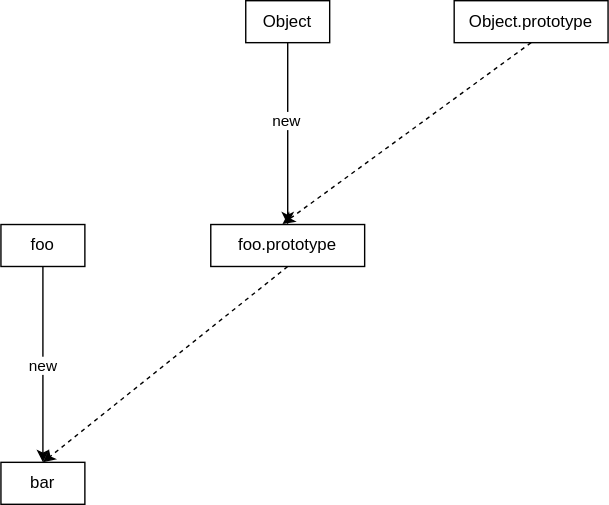
Before: 06/yongki/assets/prototype.drawio.svg, a diagram exported from draw.io (cs-study-org/cs-study). Source tidied: cells renumbered, new cells last; positions are measured from the earlier drawing's top-left corner, leaving out a move shared by most shapes.
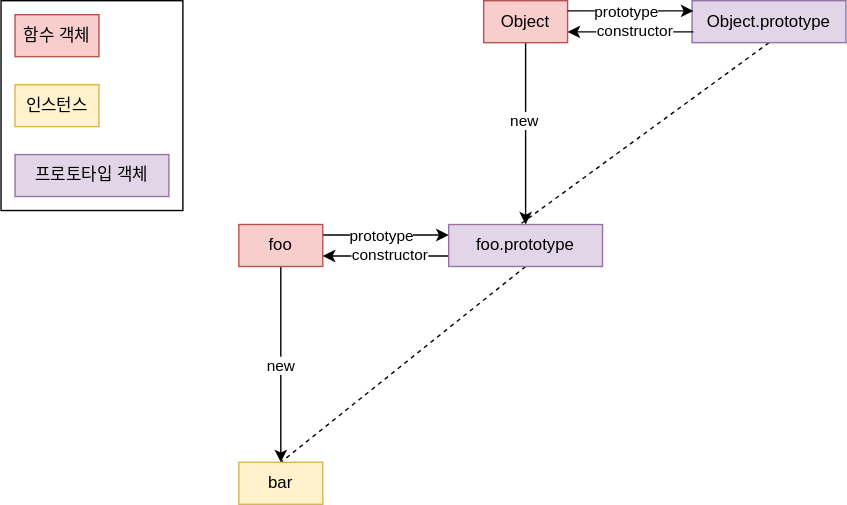
The same diagram one commit later.

Commit message:
:adhesive_bandage: Fix prototype content

Change to the diagram source:
```diff
@@ -2,6 +2,9 @@
   <root>
     <mxCell id="0" />
     <mxCell id="1" parent="0" />
+    <mxCell id="13" style="rounded=0;whiteSpace=wrap;html=1;" parent="1" vertex="1">
+      <mxGeometry x="-170" width="130" height="150" as="geometry" />
+    </mxCell>
     <mxCell id="2" style="edgeStyle=none;html=1;exitX=0.5;exitY=1;exitDx=0;exitDy=0;" parent="1" edge="1" source="4" target="12">
       <mxGeometry relative="1" as="geometry" />
     </mxCell>
@@ -10,13 +13,25 @@
         <mxPoint x="1" y="19" as="offset" />
       </mxGeometry>
     </mxCell>
+    <mxCell id="14" style="edgeStyle=none;html=1;exitX=1;exitY=0.25;exitDx=0;exitDy=0;entryX=0;entryY=0.25;entryDx=0;entryDy=0;endArrow=classic;endFill=1;" parent="1" edge="1" source="4" target="6">
+      <mxGeometry relative="1" as="geometry" />
+    </mxCell>
+    <mxCell id="15" value="prototype" style="edgeLabel;html=1;align=center;verticalAlign=middle;" parent="14" vertex="1">
+      <mxGeometry x="-0.07" relative="1" as="geometry" />
+    </mxCell>
-    <mxCell id="4" value="foo" style="rounded=0;whiteSpace=wrap;html=1;" parent="1" vertex="1">
+    <mxCell id="4" value="foo" style="rounded=0;whiteSpace=wrap;html=1;fillColor=#f8cecc;strokeColor=#b85450;" parent="1" vertex="1">
       <mxGeometry y="160" width="60" height="30" as="geometry" />
     </mxCell>
-    <mxCell id="5" style="edgeStyle=none;html=1;exitX=0.5;exitY=1;exitDx=0;exitDy=0;entryX=0.5;entryY=0;entryDx=0;entryDy=0;dashed=1;" parent="1" edge="1" source="6" target="12">
+    <mxCell id="5" style="edgeStyle=none;html=1;exitX=0.5;exitY=1;exitDx=0;exitDy=0;entryX=0.5;entryY=0;entryDx=0;entryDy=0;dashed=1;endArrow=none;endFill=0;" parent="1" edge="1" source="6" target="12">
       <mxGeometry relative="1" as="geometry" />
     </mxCell>
+    <mxCell id="16" style="edgeStyle=none;html=1;exitX=0;exitY=0.75;exitDx=0;exitDy=0;entryX=1;entryY=0.75;entryDx=0;entryDy=0;endArrow=classic;endFill=1;" parent="1" edge="1" source="6" target="4">
+      <mxGeometry relative="1" as="geometry" />
+    </mxCell>
+    <mxCell id="17" value="constructor" style="edgeLabel;html=1;align=center;verticalAlign=middle;" parent="16" vertex="1">
+      <mxGeometry x="-0.06" y="-1" relative="1" as="geometry" />
+    </mxCell>
-    <mxCell id="6" value="foo.prototype" style="rounded=0;whiteSpace=wrap;html=1;" parent="1" vertex="1">
+    <mxCell id="6" value="foo.prototype" style="rounded=0;whiteSpace=wrap;html=1;fillColor=#e1d5e7;strokeColor=#9673a6;" parent="1" vertex="1">
       <mxGeometry x="150" y="160" width="110" height="30" as="geometry" />
     </mxCell>
     <mxCell id="7" style="edgeStyle=none;html=1;exitX=0.5;exitY=1;exitDx=0;exitDy=0;entryX=0.5;entryY=0;entryDx=0;entryDy=0;" parent="1" edge="1" source="9" target="6">
@@ -25,17 +40,44 @@
     <mxCell id="8" value="new" style="edgeLabel;html=1;align=center;verticalAlign=middle;" parent="7" vertex="1">
       <mxGeometry x="-0.14" y="-1" relative="1" as="geometry" />
     </mxCell>
-    <mxCell id="9" value="Object" style="rounded=0;whiteSpace=wrap;html=1;" parent="1" vertex="1">
+    <mxCell id="9" value="Object" style="rounded=0;whiteSpace=wrap;html=1;fillColor=#f8cecc;strokeColor=#b85450;" parent="1" vertex="1">
       <mxGeometry x="175" width="60" height="30" as="geometry" />
     </mxCell>
-    <mxCell id="10" style="edgeStyle=none;html=1;exitX=0.5;exitY=1;exitDx=0;exitDy=0;entryX=0.466;entryY=-0.01;entryDx=0;entryDy=0;entryPerimeter=0;dashed=1;" parent="1" edge="1" source="11" target="6">
+    <mxCell id="10" style="edgeStyle=none;html=1;exitX=0.5;exitY=1;exitDx=0;exitDy=0;entryX=0.466;entryY=-0.01;entryDx=0;entryDy=0;entryPerimeter=0;dashed=1;endArrow=none;endFill=0;" parent="1" edge="1" source="11" target="6">
       <mxGeometry relative="1" as="geometry" />
     </mxCell>
-    <mxCell id="11" value="Object.prototype" style="rounded=0;whiteSpace=wrap;html=1;" parent="1" vertex="1">
+    <mxCell id="11" value="Object.prototype" style="rounded=0;whiteSpace=wrap;html=1;fillColor=#e1d5e7;strokeColor=#9673a6;" parent="1" vertex="1">
       <mxGeometry x="324" width="110" height="30" as="geometry" />
     </mxCell>
-    <mxCell id="12" value="bar" style="rounded=0;whiteSpace=wrap;html=1;" parent="1" vertex="1">
+    <mxCell id="12" value="bar" style="rounded=0;whiteSpace=wrap;html=1;fillColor=#fff2cc;strokeColor=#d6b656;" parent="1" vertex="1">
       <mxGeometry y="330" width="60" height="30" as="geometry" />
     </mxCell>
+    <mxCell id="18" value="함수 객체" style="rounded=0;whiteSpace=wrap;html=1;fillColor=#f8cecc;strokeColor=#b85450;" parent="1" vertex="1">
+      <mxGeometry x="-160" y="10" width="60" height="30" as="geometry" />
+    </mxCell>
+    <mxCell id="19" value="인스턴스" style="rounded=0;whiteSpace=wrap;html=1;fillColor=#fff2cc;strokeColor=#d6b656;" parent="1" vertex="1">
+      <mxGeometry x="-160" y="60" width="60" height="30" as="geometry" />
+    </mxCell>
+    <mxCell id="20" value="프로토타입 객체" style="rounded=0;whiteSpace=wrap;html=1;fillColor=#e1d5e7;strokeColor=#9673a6;" parent="1" vertex="1">
+      <mxGeometry x="-160" y="110" width="110" height="30" as="geometry" />
+    </mxCell>
+    <mxCell id="21" style="edgeStyle=none;html=1;exitX=1;exitY=0.25;exitDx=0;exitDy=0;entryX=0;entryY=0.25;entryDx=0;entryDy=0;endArrow=classic;endFill=1;" parent="1" edge="1">
+      <mxGeometry relative="1" as="geometry">
+        <mxPoint x="235" y="7.3" as="sourcePoint" />
+        <mxPoint x="325" y="7.3" as="targetPoint" />
+      </mxGeometry>
+    </mxCell>
+    <mxCell id="22" value="prototype" style="edgeLabel;html=1;align=center;verticalAlign=middle;" parent="21" vertex="1">
+      <mxGeometry x="-0.07" relative="1" as="geometry" />
+    </mxCell>
+    <mxCell id="23" style="edgeStyle=none;html=1;exitX=0;exitY=0.75;exitDx=0;exitDy=0;entryX=1;entryY=0.75;entryDx=0;entryDy=0;endArrow=classic;endFill=1;" parent="1" edge="1">
+      <mxGeometry relative="1" as="geometry">
+        <mxPoint x="325" y="22.3" as="sourcePoint" />
+        <mxPoint x="235" y="22.3" as="targetPoint" />
+      </mxGeometry>
+    </mxCell>
+    <mxCell id="24" value="constructor" style="edgeLabel;html=1;align=center;verticalAlign=middle;" parent="23" vertex="1">
+      <mxGeometry x="-0.06" y="-1" relative="1" as="geometry" />
+    </mxCell>
   </root>
 </mxGraphModel>
```
